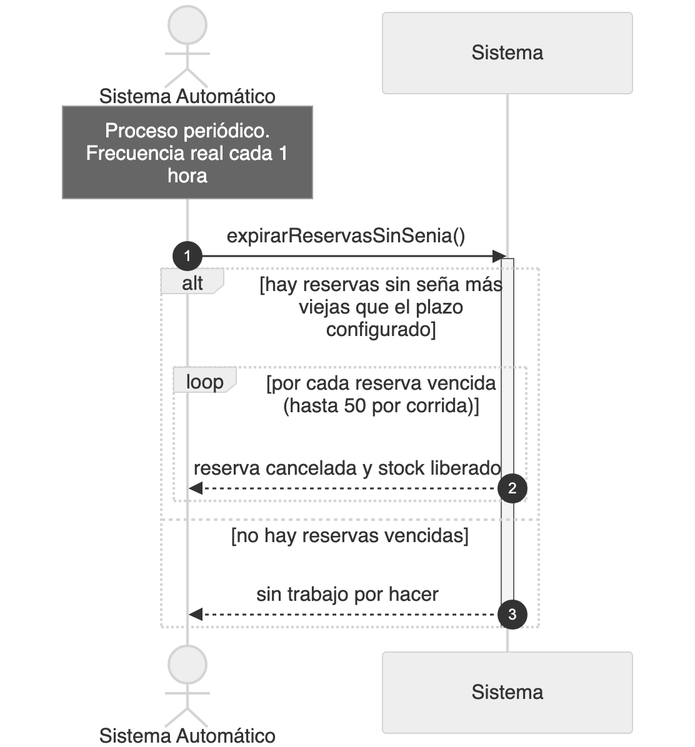
Earlier version of the Mermaid export diagramas/png/DSS_CU-076_Expirar-Reservas-Sin-Sena-Pagada.png (Nahuelito-Dev/splg-docs). Its source is kept beside it as diagramas/DSS_CU-076_Expirar-Reservas-Sin-Sena-Pagada.mmd. Its diagram source:
```mermaid
sequenceDiagram
    title DSS — CU-076 Expirar Reservas Sin Sena Pagada
    autonumber
    actor AUT as Sistema Automático
    participant SIS as Sistema

    Note over AUT: Proceso periódico. Frecuencia real cada 1 hora
    AUT->>SIS: expirarReservasSinSenia()
    activate SIS
    alt hay reservas sin seña más viejas que el plazo configurado
        loop por cada reserva vencida (hasta 50 por corrida)
            SIS-->>AUT: reserva cancelada y stock liberado
        end
    else no hay reservas vencidas
        SIS-->>AUT: sin trabajo por hacer
    end
    deactivate SIS
```
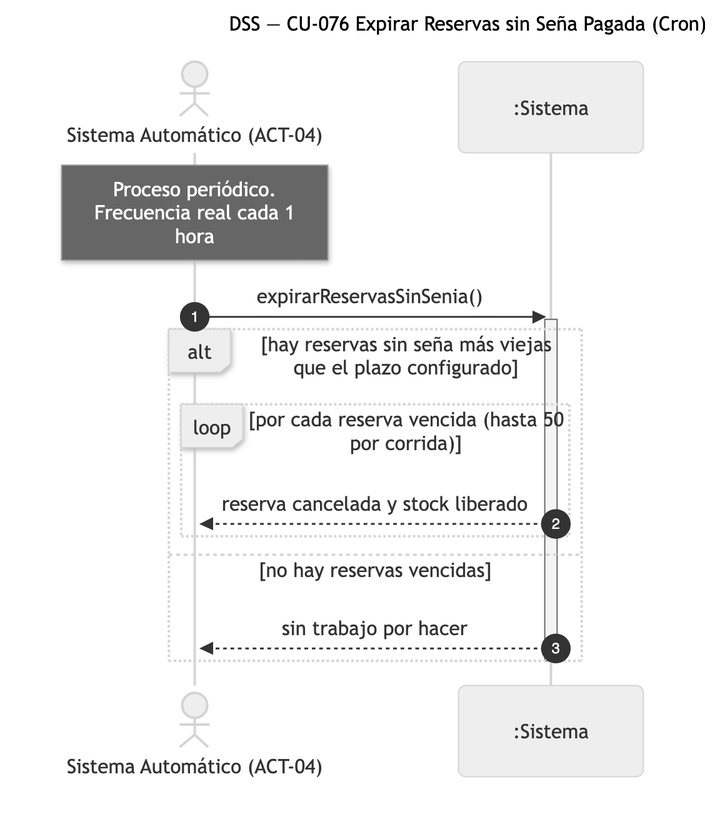
Later version of the same file.

Change to the diagram source:
```diff
@@ -1,10 +1,10 @@
 sequenceDiagram
-    title DSS — CU-076 Expirar Reservas Sin Sena Pagada
+    title DSS — CU-076 Expirar Reservas sin Seña Pagada (Cron)
     autonumber
-    actor AUT as Sistema Automático
-    participant SIS as Sistema
+    actor AUT as Sistema Automático (ACT-04)
+    participant SIS as :Sistema
 
-    Note over AUT: Proceso periódico. Frecuencia real cada 1 hora
+    Note over AUT: Proceso periódico.<br/>Frecuencia real cada 1<br/>hora
     AUT->>SIS: expirarReservasSinSenia()
     activate SIS
     alt hay reservas sin seña más viejas que el plazo configurado
```
